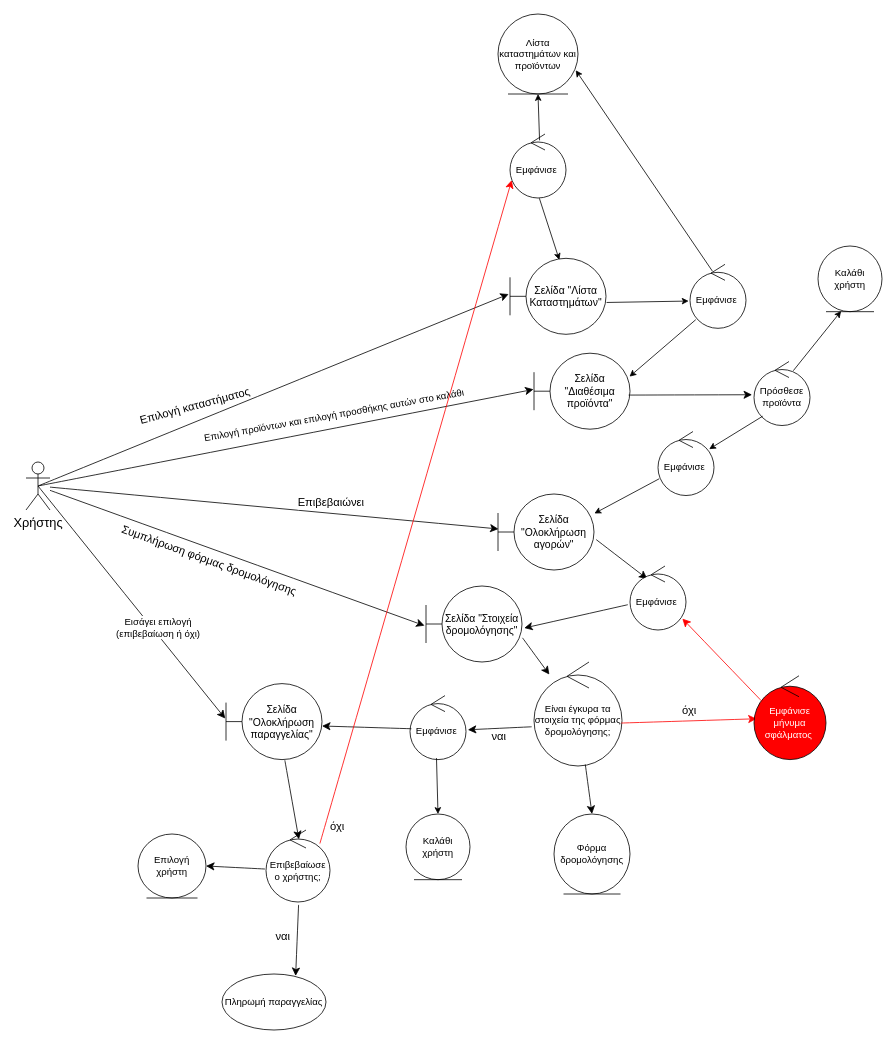
Earlier version of the draw.io diagram ΠΕΜΠΤΟ ΠΑΡΑΔΟΤΕΟ/ΔΙΟΡΘΩΣΕΙΣ ΠΡΟΗΓΟΥΜΕΝΩΝ ΠΑΡΑΔΟΤΕΩΝ/Robustness-diagrams-v0.3/rd_αγορά_επαγγελματικού_εξ-v0.3.drawio (Dionkaps/Eu-Zin). Source tidied: cells renumbered, new cells numbered last; positions are measured from the earlier drawing's top-left corner, leaving out a move shared by most shapes. Both pictures are drawn from the tidied source at 80%, with x=0, y=0 at pixel (26, 14).
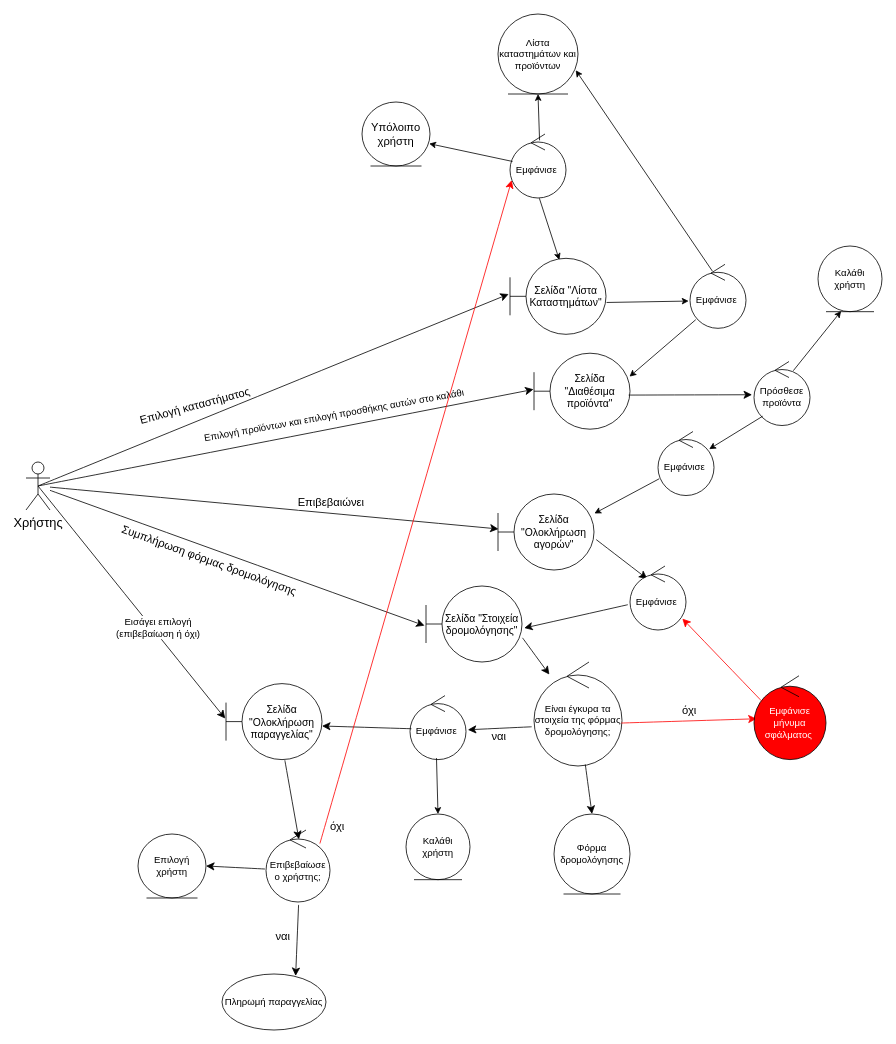
The same page after the edit.

Unchanged cells that the change refers to:
```xml
<mxCell id="11" value="&lt;font&gt;Εμφάνισε&amp;nbsp;&lt;/font&gt;" style="ellipse;shape=umlControl;whiteSpace=wrap;html=1;strokeColor=#000000;fontColor=#000000;" parent="1" vertex="1">
  <mxGeometry x="605" y="150" width="70" height="80" as="geometry" />
</mxCell>
```

What changed in the source:
```diff
@@
+    <mxCell id="59" value="Υπόλοιπο χρήστη" style="ellipse;shape=umlEntity;whiteSpace=wrap;html=1;strokeColor=#000000;fontColor=#000000;fontSize=14;" parent="1" vertex="1">
+      <mxGeometry x="420" y="110" width="85" height="80" as="geometry" />
+    </mxCell>
+    <mxCell id="60" style="endArrow=classic;html=1;rounded=0;exitX=0.045;exitY=0.429;exitDx=0;exitDy=0;exitPerimeter=0;entryX=0.988;entryY=0.651;entryDx=0;entryDy=0;entryPerimeter=0;" parent="1" edge="1" source="11" target="59">
+      <mxGeometry relative="1" as="geometry" />
+    </mxCell>
```
